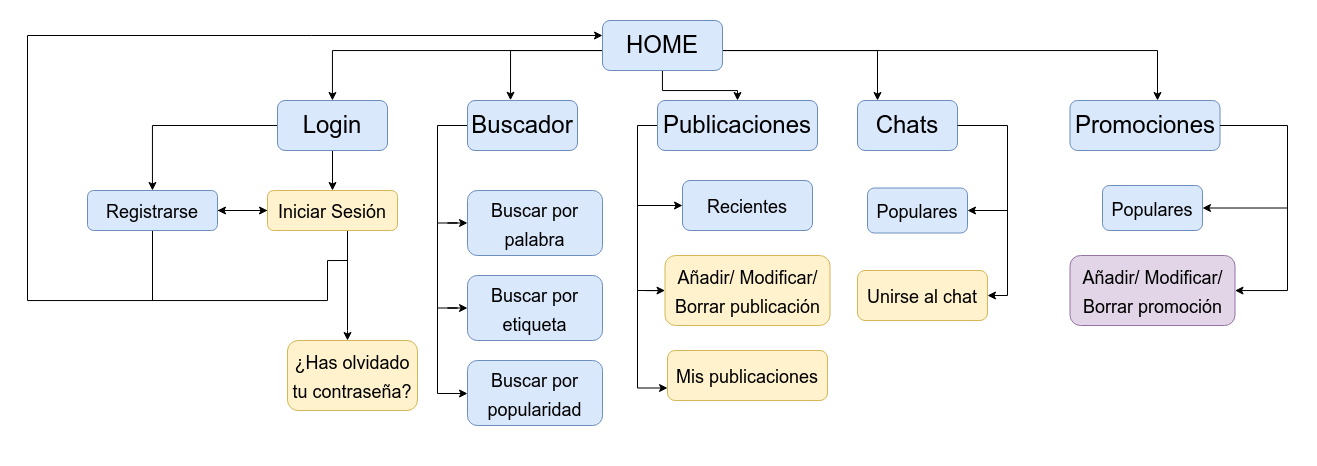
This is img/P2 SiteMap.png from quepereza/DIU, a draw.io export, as it was before one commit. Source tidied: cells renumbered, new cells last; positions are measured from the earlier drawing's top-left corner, leaving out a move shared by most shapes.
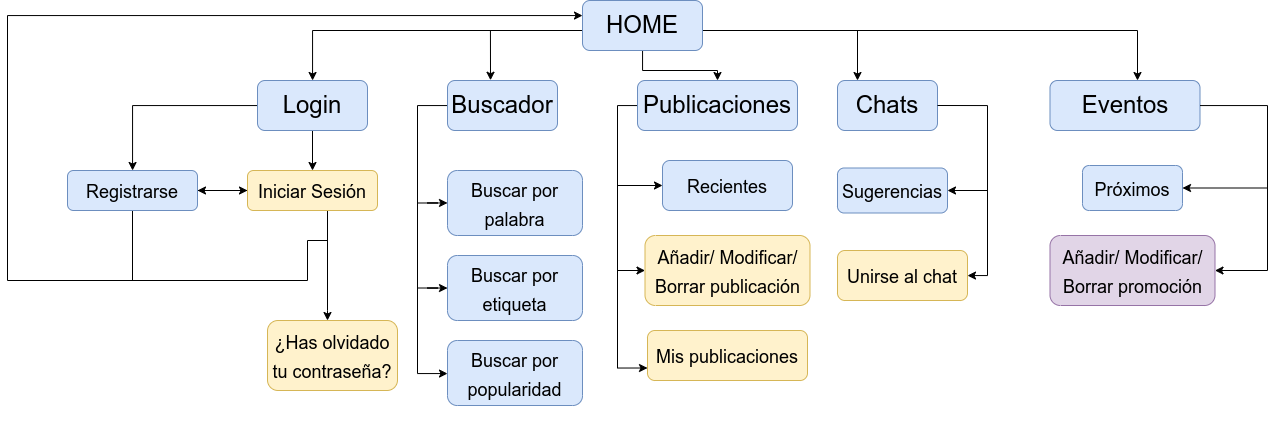
The same file after the commit.

What changed in the source:
```diff
@@ -109,7 +109,7 @@
     <mxCell id="23" value="Chats" style="rounded=1;whiteSpace=wrap;html=1;fontFamily=Helvetica;fontSize=24;fillColor=#dae8fc;strokeColor=#6c8ebf;" parent="1" vertex="1">
       <mxGeometry x="830" y="80" width="100" height="50" as="geometry" />
     </mxCell>
-    <mxCell id="24" value="Promociones" style="rounded=1;whiteSpace=wrap;html=1;fontFamily=Helvetica;fontSize=24;fillColor=#dae8fc;strokeColor=#6c8ebf;" parent="1" vertex="1">
+    <mxCell id="24" value="Eventos" style="rounded=1;whiteSpace=wrap;html=1;fontFamily=Helvetica;fontSize=24;fillColor=#dae8fc;strokeColor=#6c8ebf;" parent="1" vertex="1">
       <mxGeometry x="1042.5" y="80" width="150" height="50" as="geometry" />
     </mxCell>
     <mxCell id="25" style="edgeStyle=orthogonalEdgeStyle;rounded=0;jettySize=auto;html=1;endArrow=none;endFill=0;startArrow=classic;startFill=1;" parent="1" edge="1" source="26">
@@ -177,15 +177,15 @@
         <mxPoint x="980" y="190" as="targetPoint" />
       </mxGeometry>
     </mxCell>
-    <mxCell id="40" value="&lt;p&gt;&lt;span style=&quot;font-size: 18px&quot;&gt;Populares&lt;/span&gt;&lt;/p&gt;" style="rounded=1;whiteSpace=wrap;html=1;fontFamily=Helvetica;fontSize=24;verticalAlign=middle;horizontal=1;spacing=2;spacingBottom=0;spacingTop=0;direction=west;fillColor=#dae8fc;strokeColor=#6c8ebf;" parent="1" vertex="1">
-      <mxGeometry x="840" y="167.5" width="100" height="45" as="geometry" />
+    <mxCell id="40" value="&lt;p&gt;&lt;span style=&quot;font-size: 18px&quot;&gt;Sugerencias&lt;/span&gt;&lt;/p&gt;" style="rounded=1;whiteSpace=wrap;html=1;fontFamily=Helvetica;fontSize=24;verticalAlign=middle;horizontal=1;spacing=2;spacingBottom=0;spacingTop=0;direction=west;fillColor=#dae8fc;strokeColor=#6c8ebf;" parent="1" vertex="1">
+      <mxGeometry x="830" y="167.5" width="110" height="45" as="geometry" />
     </mxCell>
     <mxCell id="41" style="edgeStyle=orthogonalEdgeStyle;rounded=0;jettySize=auto;html=1;fontSize=18;startArrow=classic;startFill=1;endArrow=none;endFill=0;" parent="1" edge="1" source="42">
       <mxGeometry relative="1" as="geometry">
         <mxPoint x="1260" y="187.5" as="targetPoint" />
       </mxGeometry>
     </mxCell>
-    <mxCell id="42" value="&lt;p&gt;&lt;span style=&quot;font-size: 18px&quot;&gt;Populares&lt;/span&gt;&lt;/p&gt;" style="rounded=1;whiteSpace=wrap;html=1;fontFamily=Helvetica;fontSize=24;verticalAlign=middle;horizontal=1;spacing=2;spacingBottom=0;spacingTop=0;direction=west;fillColor=#dae8fc;strokeColor=#6c8ebf;" parent="1" vertex="1">
+    <mxCell id="42" value="&lt;p&gt;&lt;span style=&quot;font-size: 18px&quot;&gt;Próximos&lt;/span&gt;&lt;/p&gt;" style="rounded=1;whiteSpace=wrap;html=1;fontFamily=Helvetica;fontSize=24;verticalAlign=middle;horizontal=1;spacing=2;spacingBottom=0;spacingTop=0;direction=west;fillColor=#dae8fc;strokeColor=#6c8ebf;" parent="1" vertex="1">
       <mxGeometry x="1075" y="165" width="100" height="45" as="geometry" />
     </mxCell>
   </root>
```
